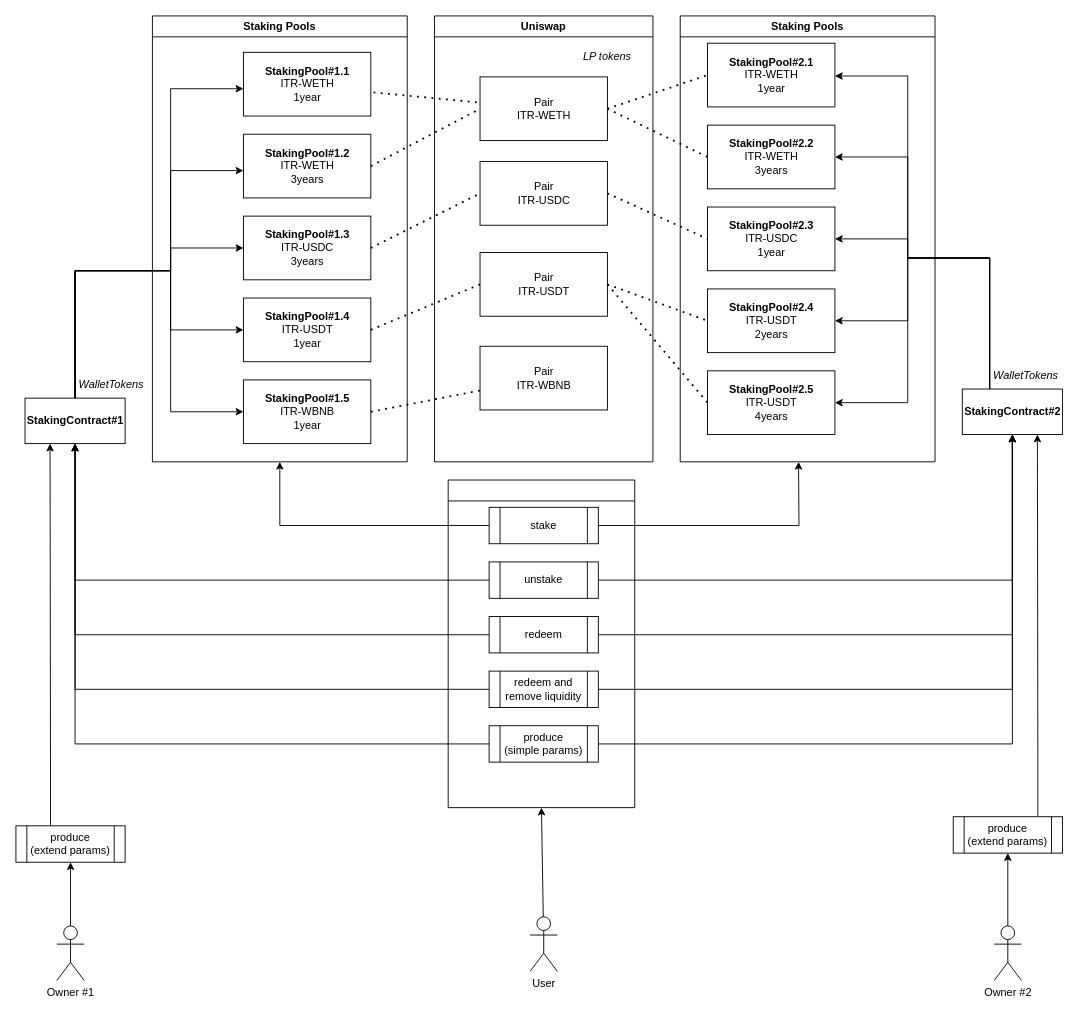
Earlier version of the draw.io diagram diagrams/diagram.hierarchy.drawio (Intercoin/CommunityCoinContract). Source tidied: cells renumbered, new cells numbered last; positions are measured from the earlier drawing's top-left corner, leaving out a move shared by most shapes. Both pictures are drawn from the tidied source at 91%, with x=0, y=0 at pixel (15, 15).
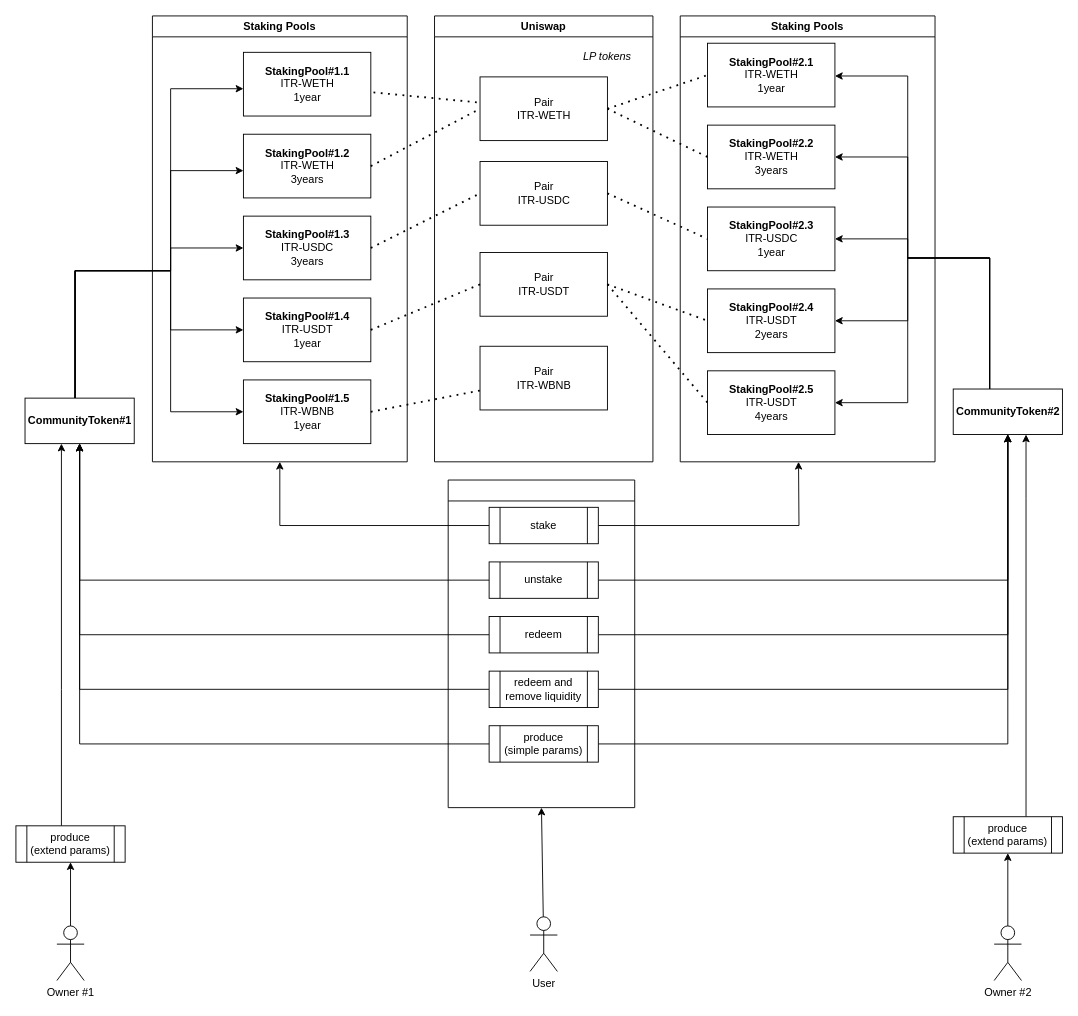
Above is the later version.

Unchanged cells that the change refers to:
```xml
<mxCell id="66" value="produce &lt;br&gt;(extend params)" style="shape=process;whiteSpace=wrap;html=1;backgroundOutline=1;" parent="1" vertex="1">
  <mxGeometry x="1030" y="880" width="120" height="40" as="geometry" />
</mxCell>
<mxCell id="68" value="produce &lt;br&gt;(extend params)" style="shape=process;whiteSpace=wrap;html=1;backgroundOutline=1;" parent="1" vertex="1">
  <mxGeometry y="890" width="120" height="40" as="geometry" />
</mxCell>
```

Change to the diagram source:
```diff
@@
-    <mxCell id="7" value="&lt;b&gt;StakingContract#1&lt;/b&gt;" style="html=1;" parent="1" vertex="1">
-      <mxGeometry x="10" y="420" width="110" height="50" as="geometry" />
+    <mxCell id="7" value="&lt;b&gt;CommunityToken#1&lt;/b&gt;" style="html=1;" parent="1" vertex="1">
+      <mxGeometry x="10" y="420" width="120" height="50" as="geometry" />
     </mxCell>
@@
-    <mxCell id="18" value="&lt;b&gt;StakingContract#2&lt;/b&gt;" style="html=1;" parent="1" vertex="1">
-      <mxGeometry x="1040" y="410" width="110" height="50" as="geometry" />
+    <mxCell id="18" value="&lt;b&gt;CommunityToken#2&lt;/b&gt;" style="html=1;" parent="1" vertex="1">
+      <mxGeometry x="1030" y="410" width="120" height="50" as="geometry" />
     </mxCell>
@@
-    <mxCell id="48" value="WalletTokens" style="text;html=1;strokeColor=none;fillColor=none;align=center;verticalAlign=middle;whiteSpace=wrap;rounded=0;fontStyle=2;" parent="1" vertex="1">
-      <mxGeometry x="75" y="390" width="60" height="30" as="geometry" />
-    </mxCell>
-    <mxCell id="49" value="WalletTokens" style="text;html=1;strokeColor=none;fillColor=none;align=center;verticalAlign=middle;whiteSpace=wrap;rounded=0;fontStyle=2;" parent="1" vertex="1">
-      <mxGeometry x="1080" y="380" width="60" height="30" as="geometry" />
-    </mxCell>
@@
-    <mxCell id="65" style="edgeStyle=orthogonalEdgeStyle;rounded=0;jettySize=auto;html=1;entryX=0.75;entryY=1;entryDx=0;entryDy=0;" parent="1" edge="1" source="66" target="18">
+    <mxCell id="65" style="edgeStyle=orthogonalEdgeStyle;rounded=0;jettySize=auto;html=1;" parent="1" edge="1" source="66" target="18">
       <mxGeometry relative="1" as="geometry">
         <Array as="points">
-          <mxPoint x="1123" y="810" />
-          <mxPoint x="1123" y="810" />
+          <mxPoint x="1110" y="530" />
+          <mxPoint x="1110" y="530" />
         </Array>
       </mxGeometry>
     </mxCell>
@@
-    <mxCell id="67" style="edgeStyle=orthogonalEdgeStyle;rounded=0;jettySize=auto;html=1;entryX=0.25;entryY=1;entryDx=0;entryDy=0;" parent="1" edge="1" source="68" target="7">
+    <mxCell id="67" style="edgeStyle=orthogonalEdgeStyle;rounded=0;jettySize=auto;html=1;" parent="1" edge="1" source="68" target="7">
       <mxGeometry relative="1" as="geometry">
         <Array as="points">
-          <mxPoint x="38" y="820" />
-          <mxPoint x="38" y="820" />
+          <mxPoint x="50" y="740" />
+          <mxPoint x="50" y="740" />
         </Array>
       </mxGeometry>
     </mxCell>
```
